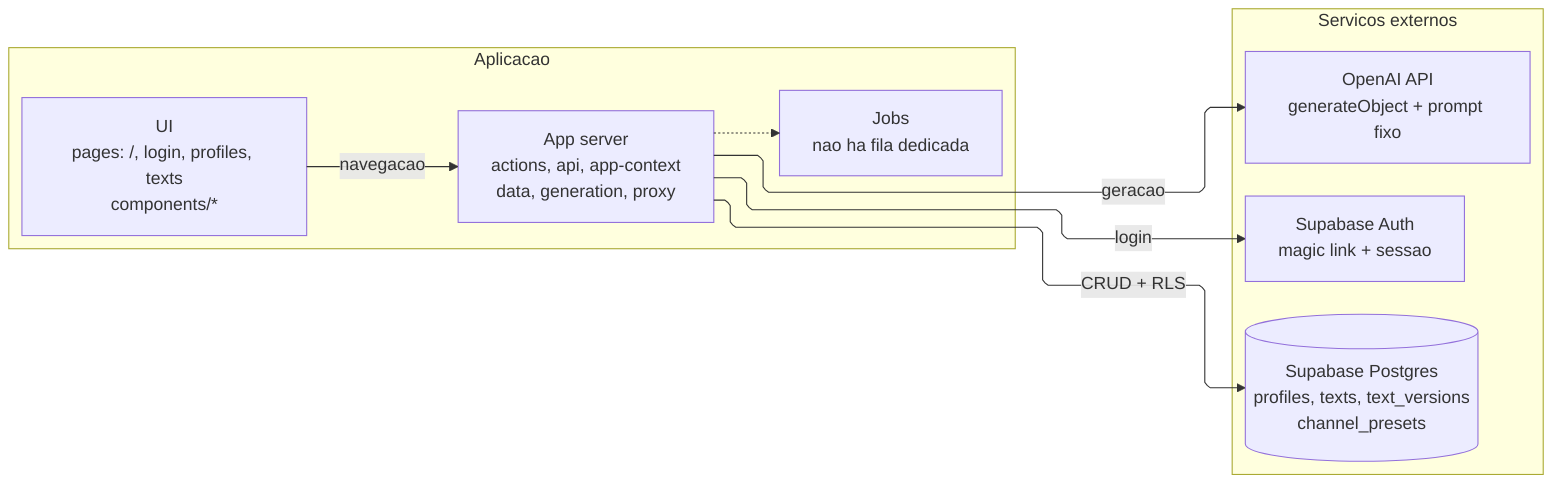
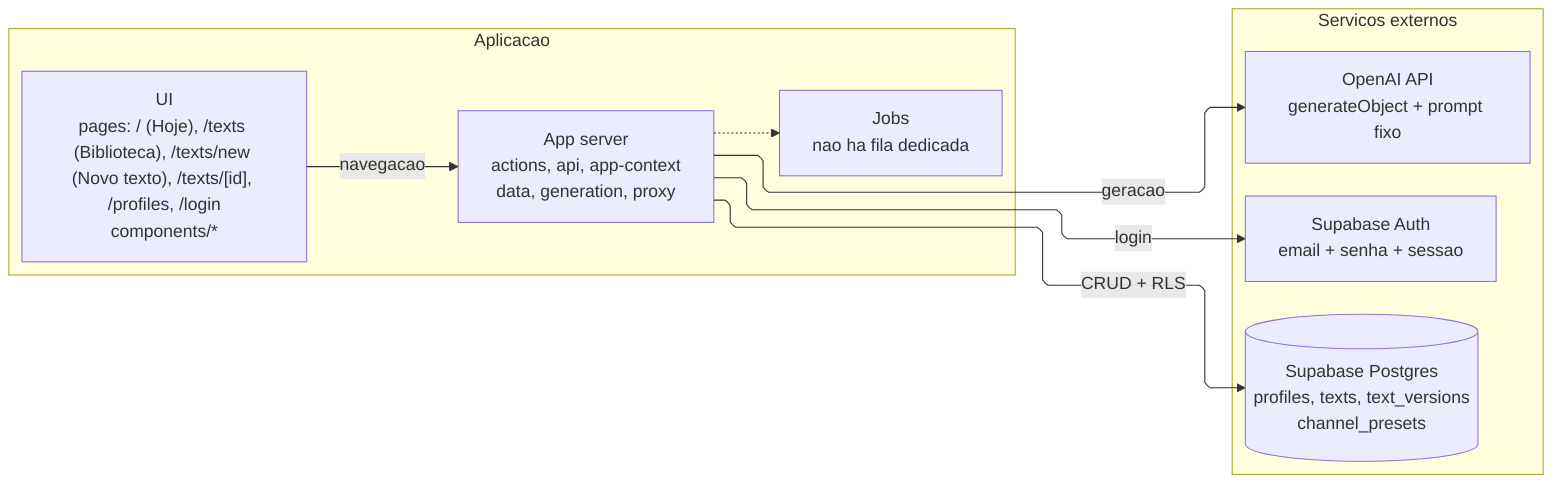
%%{init: {'flowchart': {'defaultRenderer': 'elk', 'curve': 'linear'}} }%%
flowchart LR
  subgraph APP["Aplicacao"]
-     UI["UI<br/>pages: /, login, profiles, texts<br/>components/*"]
+     UI["UI<br/>pages: / (Hoje), /texts (Biblioteca), /texts/new (Novo texto), /texts/[id], /profiles, /login<br/>components/*"]
    SV["App server<br/>actions, api, app-context<br/>data, generation, proxy"]
    JOB["Jobs<br/>nao ha fila dedicada"]
  end

  subgraph EXT["Servicos externos"]
-     AUTH["Supabase Auth<br/>magic link + sessao"]
+     AUTH["Supabase Auth<br/>email + senha + sessao"]
    DB[("Supabase Postgres<br/>profiles, texts, text_versions<br/>channel_presets")]
    AI["OpenAI API<br/>generateObject + prompt fixo"]
  end

  UI -->|navegacao| SV
  SV -->|login| AUTH
  SV -->|CRUD + RLS| DB
  SV -->|geracao| AI
  SV -.-> JOB
